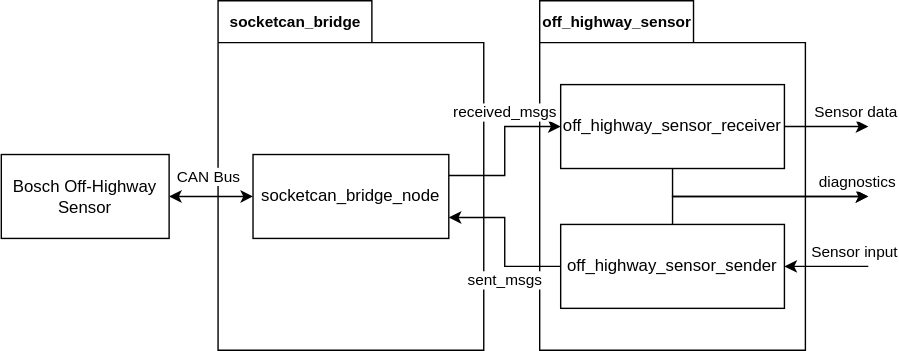
Above: doc/media/system_setup.drawio.svg in bosch-engineering/off_highway_sensor_drivers (draw.io), before the change. Source tidied: cells renumbered, new cells last; positions are measured from the earlier drawing's top-left corner, leaving out a move shared by most shapes. Source of this version:
```xml
<mxGraphModel>
  <root>
    <mxCell id="0" />
    <mxCell id="1" parent="0" />
    <mxCell id="2" style="group;" parent="1" vertex="1">
      <mxGeometry width="620" height="250" as="geometry" />
    </mxCell>
    <mxCell id="3" value="socketcan_bridge" style="shape=folder;fontStyle=1;tabWidth=110;tabHeight=30;tabPosition=left;html=1;boundedLbl=1;labelInHeader=1;fontFamily=Helvetica;fontSize=11;fontColor=default;" parent="2" vertex="1">
      <mxGeometry x="155" width="190" height="250" as="geometry" />
    </mxCell>
    <mxCell id="4" value="off_highway_sensor" style="shape=folder;fontStyle=1;tabWidth=110;tabHeight=30;tabPosition=left;html=1;boundedLbl=1;labelInHeader=1;fontFamily=Helvetica;fontSize=11;fontColor=default;" parent="2" vertex="1">
      <mxGeometry x="385" width="190" height="250" as="geometry" />
    </mxCell>
    <mxCell id="5" value="off_highway_sensor_receiver" style="rounded=0;whiteSpace=wrap;html=1;" parent="4" vertex="1">
      <mxGeometry x="15" y="60" width="160" height="60" as="geometry" />
    </mxCell>
    <mxCell id="6" value="off_highway_sensor_sender" style="rounded=0;whiteSpace=wrap;html=1;" parent="4" vertex="1">
      <mxGeometry x="15" y="160" width="160" height="60" as="geometry" />
    </mxCell>
    <mxCell id="7" value="Bosch Off-Highway Sensor" style="rounded=0;whiteSpace=wrap;html=1;" parent="2" vertex="1">
      <mxGeometry y="110" width="120" height="60" as="geometry" />
    </mxCell>
    <mxCell id="8" value="received_msgs" style="edgeStyle=orthogonalEdgeStyle;html=1;entryX=0;entryY=0.5;entryDx=0;entryDy=0;startArrow=none;startFill=0;rounded=0;exitX=1;exitY=0.25;exitDx=0;exitDy=0;" parent="2" edge="1" source="9" target="5">
      <mxGeometry x="0.3" y="10" relative="1" as="geometry" />
    </mxCell>
    <mxCell id="9" value="socketcan_bridge_node" style="rounded=0;whiteSpace=wrap;html=1;" parent="2" vertex="1">
      <mxGeometry x="180" y="110" width="140" height="60" as="geometry" />
    </mxCell>
    <mxCell id="10" style="edgeStyle=orthogonalEdgeStyle;shape=connector;rounded=0;html=1;labelBackgroundColor=default;strokeColor=default;fontFamily=Helvetica;fontSize=11;fontColor=default;startArrow=none;startFill=0;endArrow=classic;exitX=0.5;exitY=0;exitDx=0;exitDy=0;" parent="2" edge="1" source="6">
      <mxGeometry relative="1" as="geometry">
        <mxPoint x="620" y="140" as="targetPoint" />
        <Array as="points">
          <mxPoint x="480" y="140" />
          <mxPoint x="620" y="140" />
        </Array>
      </mxGeometry>
    </mxCell>
    <mxCell id="11" style="edgeStyle=none;html=1;entryX=0;entryY=0.5;entryDx=0;entryDy=0;startArrow=classic;startFill=1;" parent="2" edge="1" source="7" target="9">
      <mxGeometry relative="1" as="geometry" />
    </mxCell>
    <mxCell id="12" value="CAN Bus" style="edgeLabel;html=1;align=center;verticalAlign=middle;" parent="11" vertex="1">
      <mxGeometry x="0.28" y="-2" relative="1" as="geometry">
        <mxPoint x="-11" y="-17" as="offset" />
      </mxGeometry>
    </mxCell>
    <mxCell id="13" value="sent_msgs" style="edgeStyle=orthogonalEdgeStyle;html=1;startArrow=none;startFill=0;rounded=0;exitX=0;exitY=0.5;exitDx=0;exitDy=0;entryX=1;entryY=0.75;entryDx=0;entryDy=0;" parent="2" edge="1" source="6" target="9">
      <mxGeometry x="-0.3" y="-10" relative="1" as="geometry">
        <mxPoint x="-10" y="10" as="offset" />
      </mxGeometry>
    </mxCell>
    <mxCell id="14" value="Sensor data" style="edgeStyle=orthogonalEdgeStyle;html=1;startArrow=none;startFill=0;rounded=0;exitX=1;exitY=0.5;exitDx=0;exitDy=0;" parent="2" edge="1" source="5">
      <mxGeometry x="0.71" y="10" relative="1" as="geometry">
        <mxPoint x="620" y="90" as="targetPoint" />
        <Array as="points">
          <mxPoint x="560" y="90" />
          <mxPoint x="560" y="90" />
        </Array>
      </mxGeometry>
    </mxCell>
    <mxCell id="15" value="diagnostics" style="edgeStyle=orthogonalEdgeStyle;html=1;startArrow=none;startFill=0;rounded=0;exitX=0.5;exitY=1;exitDx=0;exitDy=0;" parent="2" edge="1" source="5">
      <mxGeometry x="0.9" y="10" relative="1" as="geometry">
        <mxPoint x="620" y="140" as="targetPoint" />
        <Array as="points">
          <mxPoint x="480" y="140" />
          <mxPoint x="620" y="140" />
        </Array>
      </mxGeometry>
    </mxCell>
    <mxCell id="16" value="Sensor input" style="edgeStyle=orthogonalEdgeStyle;html=1;startArrow=none;startFill=0;rounded=0;entryX=1;entryY=0.5;entryDx=0;entryDy=0;" parent="2" edge="1" target="6">
      <mxGeometry x="-0.67" y="-10" relative="1" as="geometry">
        <mxPoint x="620" y="190" as="sourcePoint" />
        <Array as="points">
          <mxPoint x="610" y="190" />
          <mxPoint x="610" y="190" />
        </Array>
      </mxGeometry>
    </mxCell>
  </root>
</mxGraphModel>
```
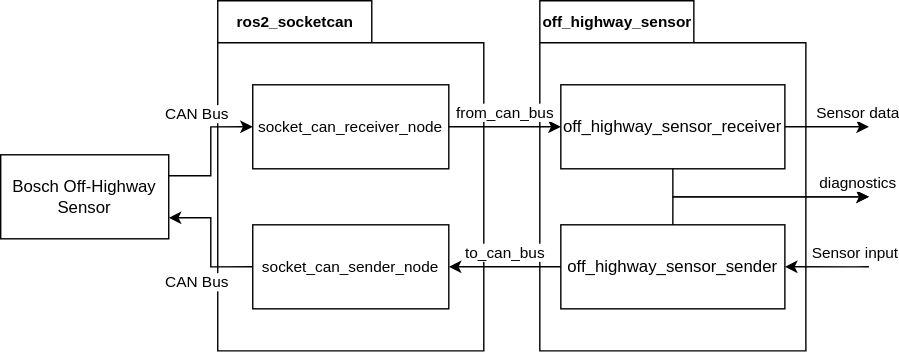
The same diagram one commit later.

Diff of the diagram source:
```diff
@@ -5,9 +5,12 @@
     <mxCell id="2" style="group;" parent="1" vertex="1">
       <mxGeometry width="620" height="250" as="geometry" />
     </mxCell>
-    <mxCell id="3" value="socketcan_bridge" style="shape=folder;fontStyle=1;tabWidth=110;tabHeight=30;tabPosition=left;html=1;boundedLbl=1;labelInHeader=1;fontFamily=Helvetica;fontSize=11;fontColor=default;" parent="2" vertex="1">
+    <mxCell id="3" value="ros2_socketcan" style="shape=folder;fontStyle=1;tabWidth=110;tabHeight=30;tabPosition=left;html=1;boundedLbl=1;labelInHeader=1;fontFamily=Helvetica;fontSize=11;fontColor=default;" parent="2" vertex="1">
       <mxGeometry x="155" width="190" height="250" as="geometry" />
     </mxCell>
+    <mxCell id="9" value="socket_can_receiver_node" style="rounded=0;whiteSpace=wrap;html=1;fontSize=11;" parent="3" vertex="1">
+      <mxGeometry x="25" y="60" width="140" height="60" as="geometry" />
+    </mxCell>
     <mxCell id="4" value="off_highway_sensor" style="shape=folder;fontStyle=1;tabWidth=110;tabHeight=30;tabPosition=left;html=1;boundedLbl=1;labelInHeader=1;fontFamily=Helvetica;fontSize=11;fontColor=default;" parent="2" vertex="1">
       <mxGeometry x="385" width="190" height="250" as="geometry" />
     </mxCell>
@@ -20,12 +23,9 @@
     <mxCell id="7" value="Bosch Off-Highway Sensor" style="rounded=0;whiteSpace=wrap;html=1;" parent="2" vertex="1">
       <mxGeometry y="110" width="120" height="60" as="geometry" />
     </mxCell>
-    <mxCell id="8" value="received_msgs" style="edgeStyle=orthogonalEdgeStyle;html=1;entryX=0;entryY=0.5;entryDx=0;entryDy=0;startArrow=none;startFill=0;rounded=0;exitX=1;exitY=0.25;exitDx=0;exitDy=0;" parent="2" edge="1" source="9" target="5">
-      <mxGeometry x="0.3" y="10" relative="1" as="geometry" />
+    <mxCell id="8" value="from_can_bus" style="edgeStyle=orthogonalEdgeStyle;html=1;entryX=0;entryY=0.5;entryDx=0;entryDy=0;startArrow=none;startFill=0;rounded=0;exitX=1;exitY=0.5;exitDx=0;exitDy=0;" parent="2" edge="1" source="9" target="5">
+      <mxGeometry y="10" relative="1" as="geometry" />
     </mxCell>
-    <mxCell id="9" value="socketcan_bridge_node" style="rounded=0;whiteSpace=wrap;html=1;" parent="2" vertex="1">
-      <mxGeometry x="180" y="110" width="140" height="60" as="geometry" />
-    </mxCell>
     <mxCell id="10" style="edgeStyle=orthogonalEdgeStyle;shape=connector;rounded=0;html=1;labelBackgroundColor=default;strokeColor=default;fontFamily=Helvetica;fontSize=11;fontColor=default;startArrow=none;startFill=0;endArrow=classic;exitX=0.5;exitY=0;exitDx=0;exitDy=0;" parent="2" edge="1" source="6">
       <mxGeometry relative="1" as="geometry">
         <mxPoint x="620" y="140" as="targetPoint" />
@@ -35,18 +35,16 @@
         </Array>
       </mxGeometry>
     </mxCell>
-    <mxCell id="11" style="edgeStyle=none;html=1;entryX=0;entryY=0.5;entryDx=0;entryDy=0;startArrow=classic;startFill=1;" parent="2" edge="1" source="7" target="9">
+    <mxCell id="11" style="edgeStyle=orthogonalEdgeStyle;html=1;entryX=0;entryY=0.5;entryDx=0;entryDy=0;startArrow=none;startFill=0;exitX=1;exitY=0.25;exitDx=0;exitDy=0;rounded=0;" parent="2" edge="1" source="7" target="9">
       <mxGeometry relative="1" as="geometry" />
     </mxCell>
     <mxCell id="12" value="CAN Bus" style="edgeLabel;html=1;align=center;verticalAlign=middle;" parent="11" vertex="1">
       <mxGeometry x="0.28" y="-2" relative="1" as="geometry">
-        <mxPoint x="-11" y="-17" as="offset" />
+        <mxPoint x="-12" y="-14" as="offset" />
       </mxGeometry>
     </mxCell>
-    <mxCell id="13" value="sent_msgs" style="edgeStyle=orthogonalEdgeStyle;html=1;startArrow=none;startFill=0;rounded=0;exitX=0;exitY=0.5;exitDx=0;exitDy=0;entryX=1;entryY=0.75;entryDx=0;entryDy=0;" parent="2" edge="1" source="6" target="9">
-      <mxGeometry x="-0.3" y="-10" relative="1" as="geometry">
-        <mxPoint x="-10" y="10" as="offset" />
-      </mxGeometry>
+    <mxCell id="13" value="to_can_bus" style="edgeStyle=orthogonalEdgeStyle;html=1;startArrow=none;startFill=0;rounded=0;exitX=0;exitY=0.5;exitDx=0;exitDy=0;entryX=1;entryY=0.5;entryDx=0;entryDy=0;" parent="2" edge="1" source="6" target="17">
+      <mxGeometry y="-10" relative="1" as="geometry" />
     </mxCell>
     <mxCell id="14" value="Sensor data" style="edgeStyle=orthogonalEdgeStyle;html=1;startArrow=none;startFill=0;rounded=0;exitX=1;exitY=0.5;exitDx=0;exitDy=0;" parent="2" edge="1" source="5">
       <mxGeometry x="0.71" y="10" relative="1" as="geometry">
@@ -75,5 +73,16 @@
         </Array>
       </mxGeometry>
     </mxCell>
+    <mxCell id="17" value="socket_can_sender_node" style="rounded=0;whiteSpace=wrap;html=1;fontSize=11;" parent="2" vertex="1">
+      <mxGeometry x="180" y="160" width="140" height="60" as="geometry" />
+    </mxCell>
+    <mxCell id="18" style="edgeStyle=orthogonalEdgeStyle;html=1;entryX=1;entryY=0.75;entryDx=0;entryDy=0;startArrow=none;startFill=0;exitX=0;exitY=0.5;exitDx=0;exitDy=0;rounded=0;" parent="2" edge="1" source="17" target="7">
+      <mxGeometry relative="1" as="geometry" />
+    </mxCell>
+    <mxCell id="19" value="CAN Bus" style="edgeLabel;html=1;align=center;verticalAlign=middle;" parent="18" vertex="1">
+      <mxGeometry x="0.28" y="-2" relative="1" as="geometry">
+        <mxPoint x="-12" y="41" as="offset" />
+      </mxGeometry>
+    </mxCell>
   </root>
 </mxGraphModel>
```
